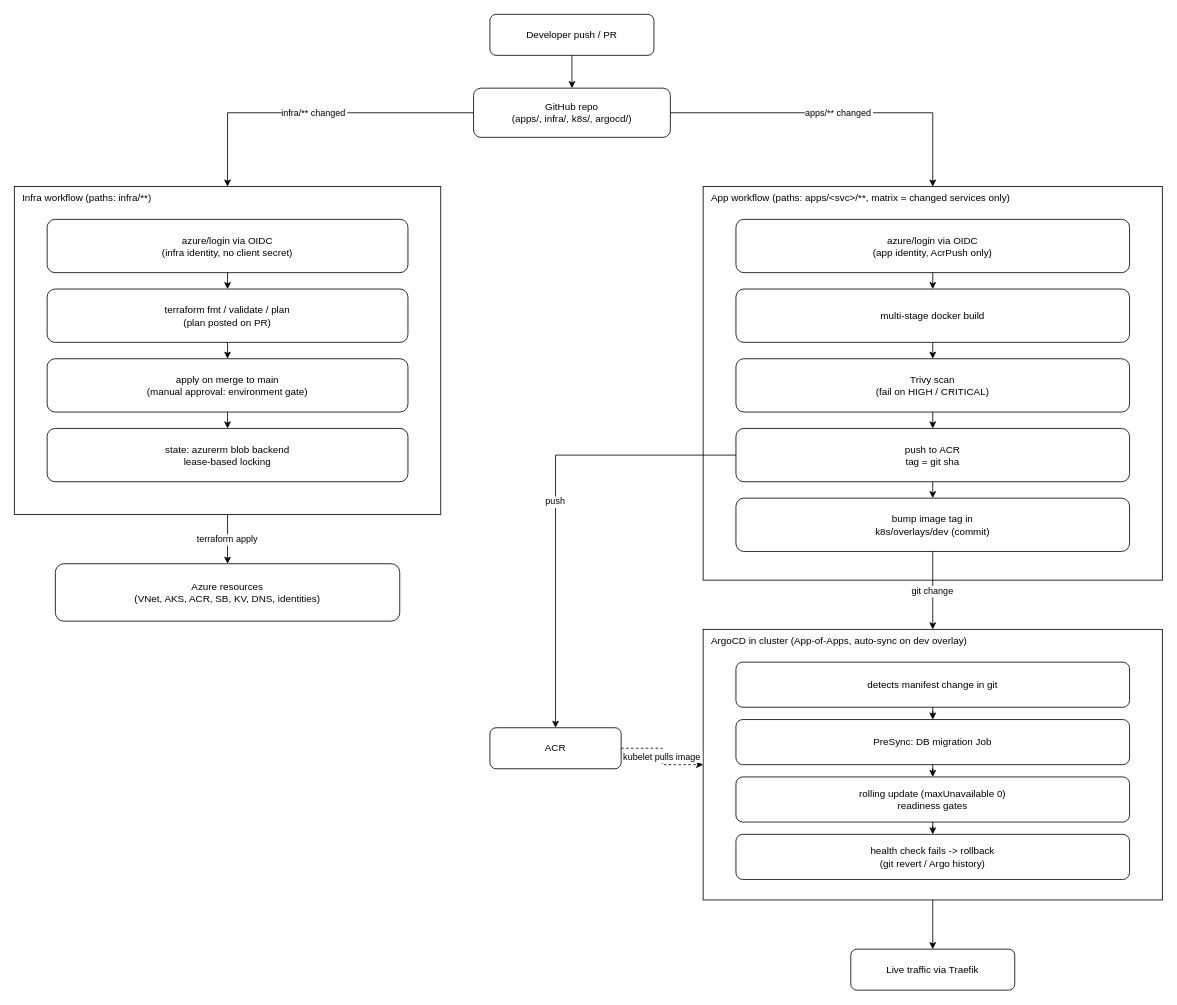
This is page "Delivery" (2 of 2) of docs/diagrams/architecture-draft.drawio from tahmidachoudhury/aks-v2-platform, a draw.io file, before an edit. Source tidied: cells renumbered, new cells numbered last; positions are measured from the earlier drawing's top-left corner, leaving out a move shared by most shapes. Both pictures are drawn from the tidied source at 82%, with x=0, y=0 at pixel (14, 14).
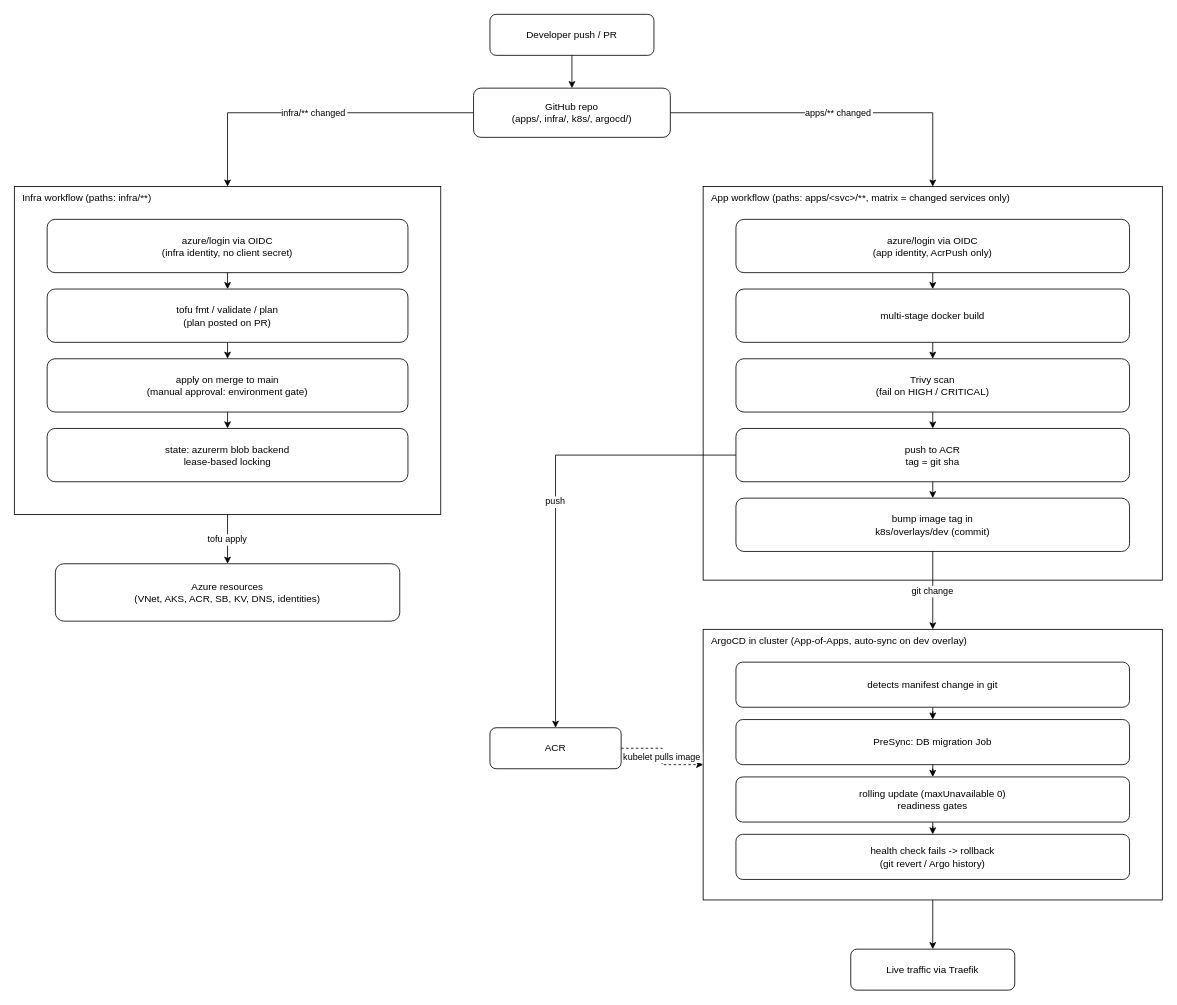
The same diagram, later.

Commit message (it also covers changes not shown here):
docs: switch infrastructure as code from Terraform to OpenTofu

Unchanged cells that the change refers to:
```xml
<mxCell id="4" value="Infra workflow  (paths: infra/**)" style="rounded=0;whiteSpace=wrap;verticalAlign=top;align=left;spacingLeft=8;fillColor=none;dashed=0;" parent="1" vertex="1">
  <mxGeometry y="210" width="520" height="400" as="geometry" />
</mxCell>
<mxCell id="15" value="Azure resources&#10;(VNet, AKS, ACR, SB, KV, DNS, identities)" style="rounded=1;whiteSpace=wrap;" parent="1" vertex="1">
  <mxGeometry x="50" y="670" width="420" height="70" as="geometry" />
</mxCell>
```

The edit, as a diff of the source:
```diff
@@
-    <mxCell id="6" value="terraform fmt / validate / plan&#10;(plan posted on PR)" style="rounded=1;whiteSpace=wrap;" parent="4" vertex="1">
+    <mxCell id="6" value="tofu fmt / validate / plan&#10;(plan posted on PR)" style="rounded=1;whiteSpace=wrap;" parent="4" vertex="1">
       <mxGeometry x="40" y="125" width="440" height="65" as="geometry" />
     </mxCell>
@@
-    <mxCell id="33" value="terraform apply" style="endArrow=classic;edgeStyle=orthogonalEdgeStyle;rounded=0;" parent="1" edge="1" source="4" target="15">
+    <mxCell id="33" value="tofu apply" style="endArrow=classic;edgeStyle=orthogonalEdgeStyle;rounded=0;" parent="1" edge="1" source="4" target="15">
       <mxGeometry relative="1" as="geometry" />
     </mxCell>
```
